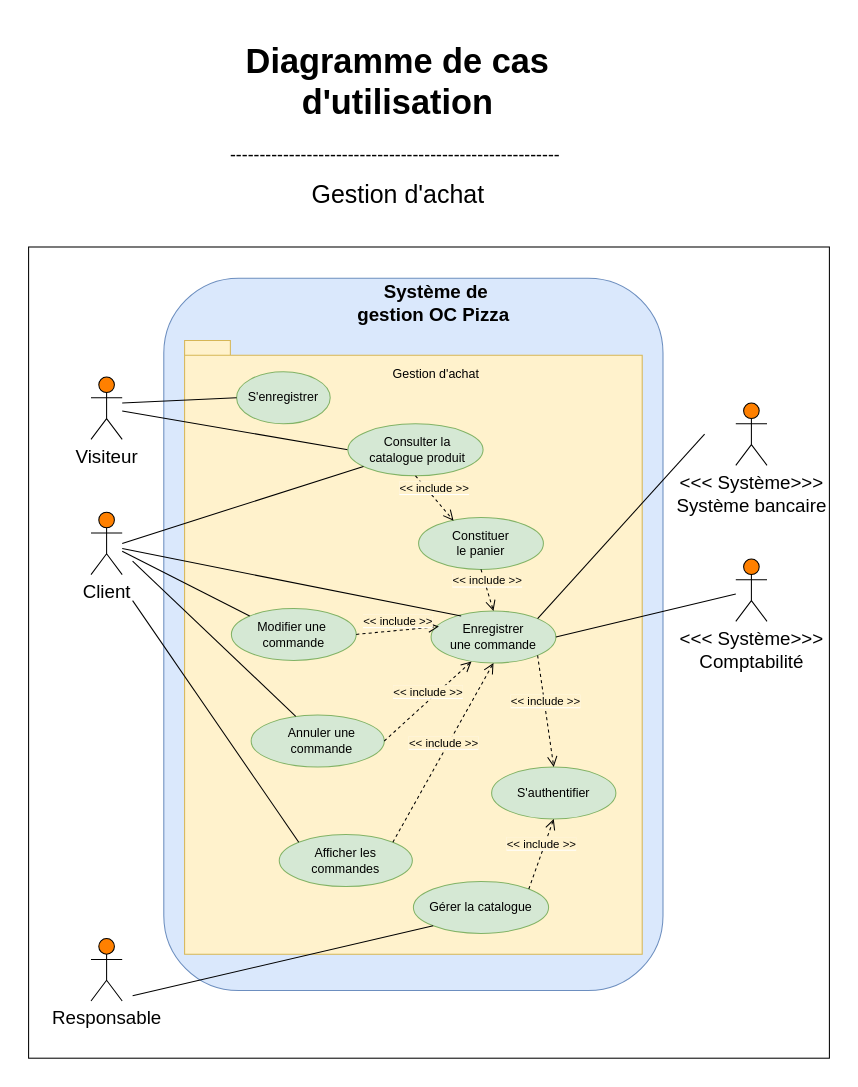
The draw.io diagram page "Gestion d'achat" (1 of 5) of Use case Diagram.drawio in Maayaavi/OC_Project_4, before the edit. Source tidied: cells renumbered, new cells numbered last; positions are measured from the earlier drawing's top-left corner, leaving out a move shared by most shapes. Both pictures are drawn from the tidied source at 104%, with x=0, y=0 at pixel (28, 28).
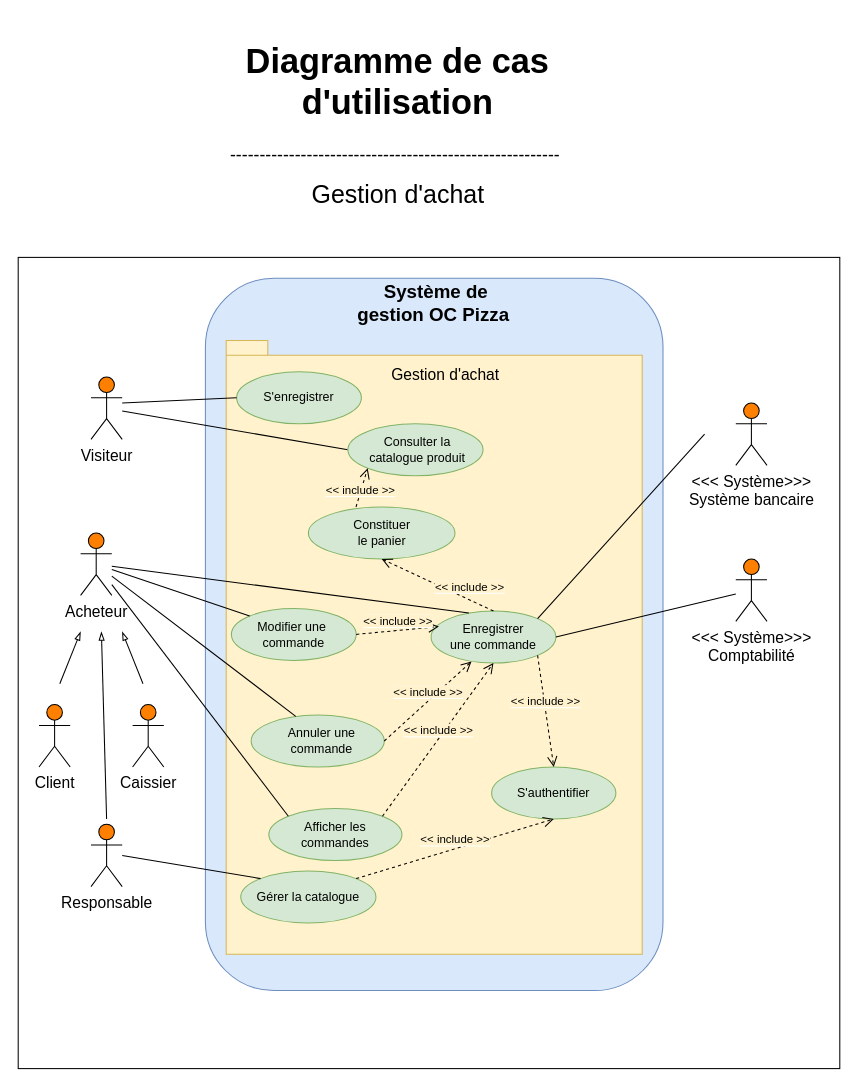
The same page after the edit.

Unchanged cells that the change refers to:
```xml
<mxCell id="13" style="ellipse;whiteSpace=wrap;html=1;fillColor=#d5e8d4;strokeColor=#82b366;" parent="1" vertex="1">
  <mxGeometry x="307" y="380" width="130" height="50" as="geometry" />
</mxCell>
<mxCell id="15" style="ellipse;whiteSpace=wrap;html=1;fillColor=#d5e8d4;strokeColor=#82b366;" parent="1" vertex="1">
  <mxGeometry x="387" y="560" width="120" height="50" as="geometry" />
</mxCell>
<mxCell id="28" style="ellipse;whiteSpace=wrap;html=1;fillColor=#d5e8d4;strokeColor=#82b366;" parent="1" vertex="1">
  <mxGeometry x="214" y="660" width="128" height="50" as="geometry" />
</mxCell>
```

Diff of the diagram source:
```diff
@@
     <mxCell id="2" style="whiteSpace=wrap;html=1;" parent="1" vertex="1">
-      <mxGeometry y="210" width="770" height="780" as="geometry" />
+      <mxGeometry x="-10" y="220" width="790" height="780" as="geometry" />
     </mxCell>
@@
     <mxCell id="4" style="rounded=1;whiteSpace=wrap;html=1;fillColor=#dae8fc;strokeColor=#6c8ebf;" parent="1" vertex="1">
-      <mxGeometry x="130" y="240" width="480" height="685" as="geometry" />
+      <mxGeometry x="170" y="240" width="440" height="685" as="geometry" />
     </mxCell>
@@
-    <mxCell id="6" value="Visiteur" style="shape=umlActor;verticalLabelPosition=bottom;labelBackgroundColor=#ffffff;verticalAlign=top;html=1;outlineConnect=0;fontSize=18;fillColor=#FF8000;" parent="1" vertex="1">
+    <mxCell id="6" value="Visiteur" style="shape=umlActor;verticalLabelPosition=bottom;labelBackgroundColor=#ffffff;verticalAlign=top;html=1;outlineConnect=0;fontSize=15;fillColor=#FF8000;" parent="1" vertex="1">
       <mxGeometry x="60" y="335" width="30" height="60" as="geometry" />
     </mxCell>
-    <mxCell id="7" value="Client" style="shape=umlActor;verticalLabelPosition=bottom;labelBackgroundColor=#ffffff;verticalAlign=top;html=1;outlineConnect=0;fontSize=18;fillColor=#FF8000;" parent="1" vertex="1">
-      <mxGeometry x="60" y="465" width="30" height="60" as="geometry" />
+    <mxCell id="7" value="Acheteur" style="shape=umlActor;verticalLabelPosition=bottom;labelBackgroundColor=#ffffff;verticalAlign=top;html=1;outlineConnect=0;fontSize=15;fillColor=#FF8000;" parent="1" vertex="1">
+      <mxGeometry x="50" y="485" width="30" height="60" as="geometry" />
     </mxCell>
-    <mxCell id="8" value="&amp;lt;&amp;lt;&amp;lt; Système&amp;gt;&amp;gt;&amp;gt;&lt;br&gt;Système bancaire" style="shape=umlActor;verticalLabelPosition=bottom;labelBackgroundColor=#ffffff;verticalAlign=top;html=1;fontSize=18;gradientColor=none;gradientDirection=north;fillColor=#FF8000;" parent="1" vertex="1">
+    <mxCell id="8" value="&amp;lt;&amp;lt;&amp;lt; Système&amp;gt;&amp;gt;&amp;gt;&lt;br style=&quot;font-size: 15px;&quot;&gt;Système bancaire" style="shape=umlActor;verticalLabelPosition=bottom;labelBackgroundColor=#ffffff;verticalAlign=top;html=1;fontSize=15;gradientColor=none;gradientDirection=north;fillColor=#FF8000;" parent="1" vertex="1">
       <mxGeometry x="680" y="360" width="30" height="60" as="geometry" />
     </mxCell>
-    <mxCell id="9" value="&amp;lt;&amp;lt;&amp;lt; Système&amp;gt;&amp;gt;&amp;gt;&lt;br&gt;Comptabilité" style="shape=umlActor;verticalLabelPosition=bottom;labelBackgroundColor=#ffffff;verticalAlign=top;html=1;outlineConnect=0;fontSize=18;gradientColor=none;gradientDirection=north;fillColor=#FF8000;" parent="1" vertex="1">
+    <mxCell id="9" value="&amp;lt;&amp;lt;&amp;lt; Système&amp;gt;&amp;gt;&amp;gt;&lt;br style=&quot;font-size: 15px;&quot;&gt;Comptabilité" style="shape=umlActor;verticalLabelPosition=bottom;labelBackgroundColor=#ffffff;verticalAlign=top;html=1;outlineConnect=0;fontSize=15;gradientColor=none;gradientDirection=north;fillColor=#FF8000;" parent="1" vertex="1">
       <mxGeometry x="680" y="510" width="30" height="60" as="geometry" />
     </mxCell>
     <mxCell id="10" style="shape=folder;fontStyle=1;spacingTop=10;tabWidth=40;tabHeight=14;tabPosition=left;html=1;fillColor=#fff2cc;strokeColor=#d6b656;" parent="1" vertex="1">
-      <mxGeometry x="150" y="300" width="440" height="590" as="geometry" />
+      <mxGeometry x="190" y="300" width="400" height="590" as="geometry" />
     </mxCell>
@@
-    <mxCell id="12" value="Gestion d'achat" style="text;html=1;strokeColor=none;fillColor=none;align=center;verticalAlign=middle;whiteSpace=wrap;rounded=0;" parent="1" vertex="1">
-      <mxGeometry x="342" y="322" width="100" height="20" as="geometry" />
+    <mxCell id="12" value="Gestion d'achat" style="text;html=1;strokeColor=none;fillColor=none;align=center;verticalAlign=middle;whiteSpace=wrap;rounded=0;fontSize=15;" parent="1" vertex="1">
+      <mxGeometry x="342" y="322" width="118" height="20" as="geometry" />
     </mxCell>
@@
-    <mxCell id="17" style="endArrow=none;html=1;" parent="1" edge="1" target="13">
-      <mxGeometry relative="1" as="geometry">
-        <mxPoint x="90" y="495" as="sourcePoint" />
-      </mxGeometry>
-    </mxCell>
@@
-    <mxCell id="19" style="endArrow=none;html=1;entryX=0.241;entryY=0.098;entryDx=0;entryDy=0;entryPerimeter=0;" parent="1" edge="1" target="15">
-      <mxGeometry relative="1" as="geometry">
-        <mxPoint x="90" y="500" as="sourcePoint" />
-      </mxGeometry>
+    <mxCell id="19" style="endArrow=none;html=1;entryX=0.303;entryY=0.04;entryDx=0;entryDy=0;entryPerimeter=0;" parent="1" edge="1" source="7" target="15">
+      <mxGeometry relative="1" as="geometry" />
     </mxCell>
     <mxCell id="20" style="ellipse;whiteSpace=wrap;html=1;fillColor=#d5e8d4;strokeColor=#82b366;" parent="1" vertex="1">
-      <mxGeometry x="370" y="820" width="130" height="50" as="geometry" />
+      <mxGeometry x="204" y="810" width="130" height="50" as="geometry" />
     </mxCell>
     <mxCell id="21" value="Gérer la catalogue" style="text;html=1;strokeColor=none;fillColor=none;align=center;verticalAlign=middle;whiteSpace=wrap;rounded=0;" parent="1" vertex="1">
-      <mxGeometry x="330" y="835" width="210" height="20" as="geometry" />
+      <mxGeometry x="164" y="825" width="210" height="20" as="geometry" />
     </mxCell>
-    <mxCell id="22" style="endArrow=none;html=1;entryX=0;entryY=1;entryDx=0;entryDy=0;" parent="1" edge="1" target="20">
+    <mxCell id="22" style="endArrow=none;html=1;entryX=0;entryY=0;entryDx=0;entryDy=0;" parent="1" edge="1" target="20">
       <mxGeometry relative="1" as="geometry">
-        <mxPoint x="100" y="930" as="sourcePoint" />
+        <mxPoint x="90" y="795" as="sourcePoint" />
       </mxGeometry>
     </mxCell>
@@
     <mxCell id="25" style="ellipse;whiteSpace=wrap;html=1;fillColor=#d5e8d4;strokeColor=#82b366;" parent="1" vertex="1">
-      <mxGeometry x="241" y="775" width="128" height="50" as="geometry" />
+      <mxGeometry x="231" y="750" width="128" height="50" as="geometry" />
     </mxCell>
     <mxCell id="26" value="Afficher les &lt;br&gt;commandes" style="text;html=1;strokeColor=none;fillColor=none;align=center;verticalAlign=middle;whiteSpace=wrap;rounded=0;" parent="1" vertex="1">
-      <mxGeometry x="200" y="790" width="210" height="20" as="geometry" />
+      <mxGeometry x="190" y="765" width="210" height="20" as="geometry" />
     </mxCell>
@@
     <mxCell id="30" style="ellipse;whiteSpace=wrap;html=1;fillColor=#d5e8d4;strokeColor=#82b366;" parent="1" vertex="1">
-      <mxGeometry x="375" y="470" width="120" height="50" as="geometry" />
+      <mxGeometry x="269" y="460" width="141" height="50" as="geometry" />
     </mxCell>
     <mxCell id="31" value="Constituer&lt;br&gt;le panier" style="text;html=1;strokeColor=none;fillColor=none;align=center;verticalAlign=middle;whiteSpace=wrap;rounded=0;" parent="1" vertex="1">
-      <mxGeometry x="330" y="485" width="210" height="20" as="geometry" />
+      <mxGeometry x="235.2" y="475" width="210" height="20" as="geometry" />
     </mxCell>
@@
     <mxCell id="36" style="ellipse;whiteSpace=wrap;html=1;fillColor=#d5e8d4;strokeColor=#82b366;" parent="1" vertex="1">
-      <mxGeometry x="200" y="330" width="90" height="50" as="geometry" />
+      <mxGeometry x="200" y="330" width="120" height="50" as="geometry" />
     </mxCell>
     <mxCell id="37" value="S'enregistrer" style="text;html=1;strokeColor=none;fillColor=none;align=center;verticalAlign=middle;whiteSpace=wrap;rounded=0;" parent="1" vertex="1">
-      <mxGeometry x="140" y="345" width="210" height="20" as="geometry" />
+      <mxGeometry x="155" y="345" width="210" height="20" as="geometry" />
     </mxCell>
@@
-    <mxCell id="39" value="Responsable" style="shape=umlActor;verticalLabelPosition=bottom;labelBackgroundColor=#ffffff;verticalAlign=top;html=1;fontSize=18;fillColor=#FF8000;" parent="1" vertex="1">
-      <mxGeometry x="60" y="875" width="30" height="60" as="geometry" />
+    <mxCell id="39" value="Responsable" style="shape=umlActor;verticalLabelPosition=bottom;labelBackgroundColor=#ffffff;verticalAlign=top;html=1;fontSize=15;fillColor=#FF8000;" parent="1" vertex="1">
+      <mxGeometry x="60" y="765" width="30" height="60" as="geometry" />
     </mxCell>
@@
-    <mxCell id="43" value="&lt;span style=&quot;background-color: rgb(255 , 242 , 204)&quot;&gt;&amp;lt;&amp;lt; include &amp;gt;&amp;gt;&lt;/span&gt;" style="html=1;verticalAlign=bottom;endArrow=open;dashed=1;endSize=8;entryX=0.28;entryY=0.062;entryDx=0;entryDy=0;exitX=0.5;exitY=1;exitDx=0;exitDy=0;entryPerimeter=0;" parent="1" edge="1" source="13" target="30">
-      <mxGeometry relative="1" as="geometry" />
-    </mxCell>
-    <mxCell id="44" value="&lt;span style=&quot;background-color: rgb(255 , 242 , 204)&quot;&gt;&amp;lt;&amp;lt; include &amp;gt;&amp;gt;&lt;/span&gt;" style="html=1;verticalAlign=bottom;endArrow=open;dashed=1;endSize=8;exitX=0.5;exitY=1;exitDx=0;exitDy=0;entryX=0.5;entryY=0;entryDx=0;entryDy=0;" parent="1" edge="1" source="30" target="15">
-      <mxGeometry relative="1" as="geometry" />
+    <mxCell id="44" value="&lt;span style=&quot;background-color: rgb(255 , 242 , 204)&quot;&gt;&amp;lt;&amp;lt; include &amp;gt;&amp;gt;&lt;/span&gt;" style="html=1;verticalAlign=bottom;endArrow=open;dashed=1;endSize=8;exitX=0.325;exitY=0;exitDx=0;exitDy=0;entryX=0;entryY=1;entryDx=0;entryDy=0;exitPerimeter=0;" parent="1" edge="1" source="30" target="13">
+      <mxGeometry x="-0.58" y="-2" relative="1" as="geometry" />
     </mxCell>
@@
-    <mxCell id="46" style="endArrow=none;html=1;entryX=0;entryY=0;entryDx=0;entryDy=0;" parent="1" edge="1" target="25">
-      <mxGeometry relative="1" as="geometry">
-        <mxPoint x="100" y="550" as="sourcePoint" />
-      </mxGeometry>
+    <mxCell id="46" style="endArrow=none;html=1;entryX=0;entryY=0;entryDx=0;entryDy=0;" parent="1" edge="1" source="7" target="25">
+      <mxGeometry relative="1" as="geometry" />
     </mxCell>
-    <mxCell id="47" style="endArrow=none;html=1;entryX=0.335;entryY=0.025;entryDx=0;entryDy=0;entryPerimeter=0;" parent="1" edge="1" target="28">
-      <mxGeometry relative="1" as="geometry">
-        <mxPoint x="100" y="512" as="sourcePoint" />
-      </mxGeometry>
+    <mxCell id="47" style="endArrow=none;html=1;entryX=0.335;entryY=0.025;entryDx=0;entryDy=0;entryPerimeter=0;" parent="1" edge="1" source="7" target="28">
+      <mxGeometry relative="1" as="geometry" />
     </mxCell>
@@
+    <mxCell id="49" value="Client" style="shape=umlActor;verticalLabelPosition=bottom;labelBackgroundColor=#ffffff;verticalAlign=top;html=1;fontSize=15;fillColor=#FF8000;" parent="1" vertex="1">
+      <mxGeometry x="10" y="650" width="30" height="60" as="geometry" />
+    </mxCell>
+    <mxCell id="50" style="endArrow=blockThin;html=1;endFill=0;" parent="1" edge="1">
+      <mxGeometry relative="1" as="geometry">
+        <mxPoint x="30" y="630" as="sourcePoint" />
+        <mxPoint x="50" y="580" as="targetPoint" />
+      </mxGeometry>
+    </mxCell>
+    <mxCell id="51" style="endArrow=blockThin;html=1;endFill=0;" parent="1" edge="1">
+      <mxGeometry relative="1" as="geometry">
+        <mxPoint x="110" y="630" as="sourcePoint" />
+        <mxPoint x="90" y="580" as="targetPoint" />
+      </mxGeometry>
+    </mxCell>
+    <mxCell id="43" value="&lt;span style=&quot;background-color: rgb(255 , 242 , 204)&quot;&gt;&amp;lt;&amp;lt; include &amp;gt;&amp;gt;&lt;/span&gt;" style="html=1;verticalAlign=bottom;endArrow=open;dashed=1;endSize=8;exitX=0.5;exitY=0;exitDx=0;exitDy=0;entryX=0.5;entryY=1;entryDx=0;entryDy=0;" parent="1" edge="1" source="15" target="30">
+      <mxGeometry x="-0.54" y="-3" relative="1" as="geometry" />
+    </mxCell>
+    <mxCell id="52" style="endArrow=blockThin;html=1;endFill=0;" parent="1" edge="1">
+      <mxGeometry relative="1" as="geometry">
+        <mxPoint x="75" y="760" as="sourcePoint" />
+        <mxPoint x="70" y="580" as="targetPoint" />
+      </mxGeometry>
+    </mxCell>
+    <mxCell id="53" value="Caissier" style="shape=umlActor;verticalLabelPosition=bottom;labelBackgroundColor=#ffffff;verticalAlign=top;html=1;fontSize=15;fillColor=#FF8000;" parent="1" vertex="1">
+      <mxGeometry x="100" y="650" width="30" height="60" as="geometry" />
+    </mxCell>
```
